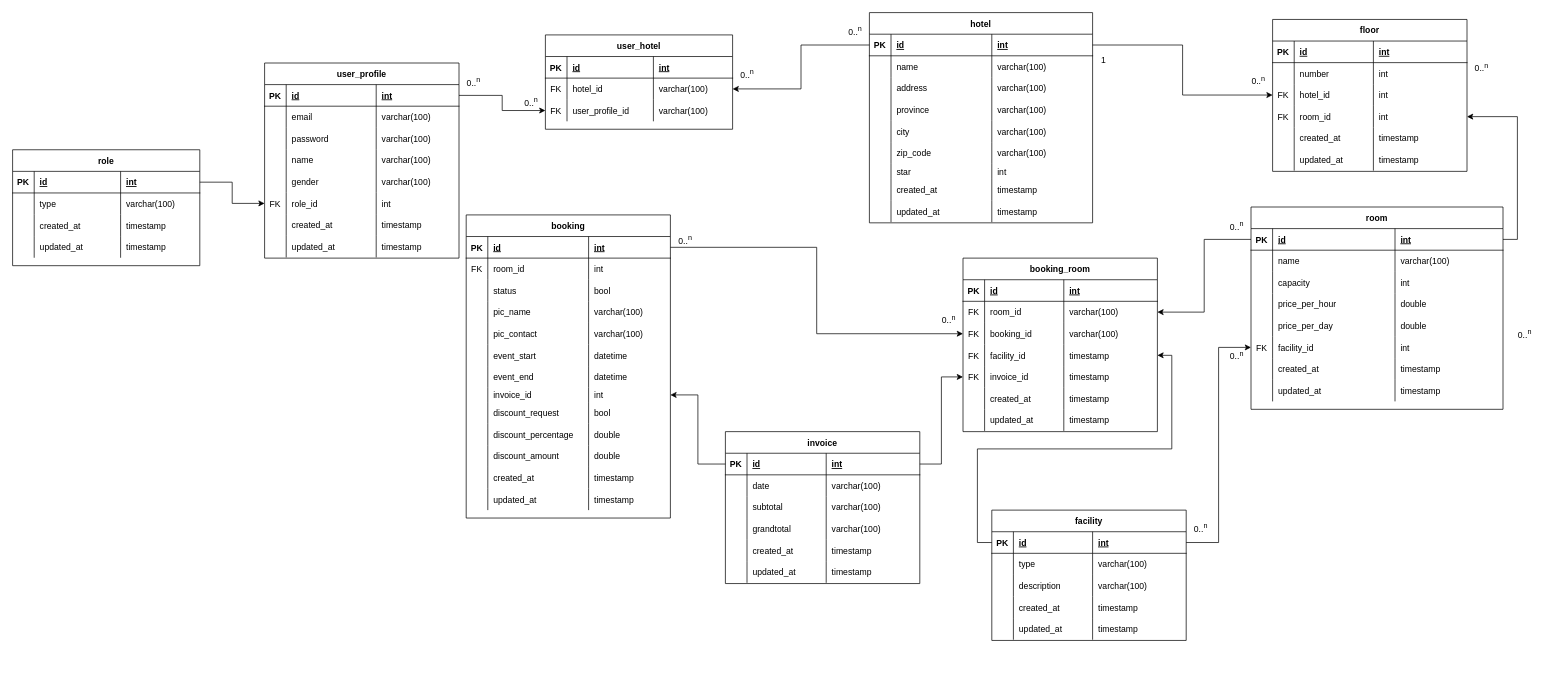
This is page "Latest ERD" (3 of 5) of entity_relationship_diagram/Booking_hotel.drawio from ariejanuarb/hotel_booking, a draw.io file, before an edit. Source tidied: cells renumbered, new cells numbered last; positions are measured from the earlier drawing's top-left corner, leaving out a move shared by most shapes. Both pictures are drawn from the tidied source at 72%, with x=0, y=0 at pixel (12, 12).
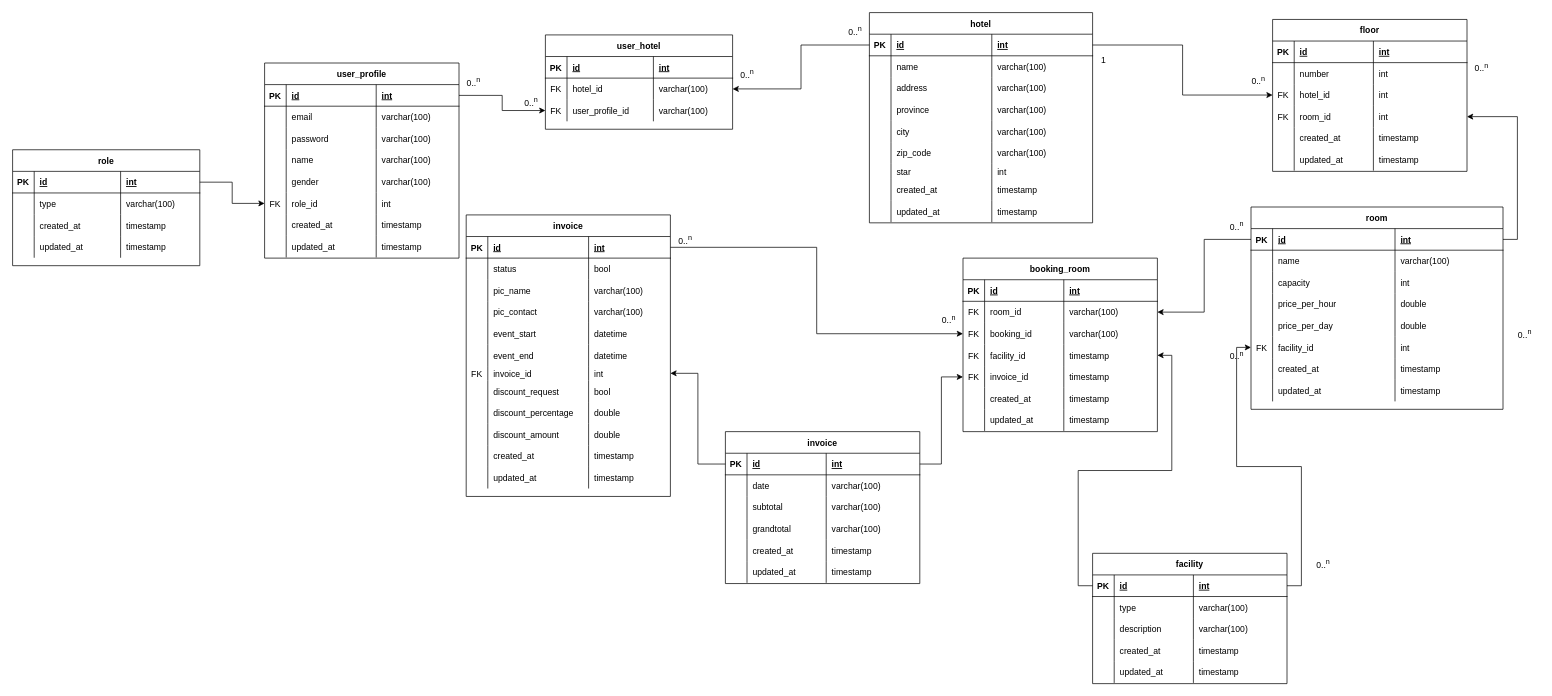
Above is the later version.

What changed in the source:
```diff
@@
-    <mxCell id="133" value="booking" style="shape=table;startSize=30;childLayout=tableLayout;rowLines=0;fontStyle=1;align=center;" parent="1" vertex="1">
-      <mxGeometry x="630" y="281" width="283.6" height="421" as="geometry" />
+    <mxCell id="133" value="invoice" style="shape=table;startSize=30;childLayout=tableLayout;rowLines=0;fontStyle=1;align=center;" parent="1" vertex="1">
+      <mxGeometry x="630" y="281" width="283.6" height="391" as="geometry" />
     </mxCell>
@@
-    <mxCell id="138" style="shape=partialRectangle;fillColor=none;top=0;left=0;right=0;bottom=0;" parent="133" vertex="1">
-      <mxGeometry y="60" width="283.6" height="30" as="geometry" />
-    </mxCell>
-    <mxCell id="139" value="FK" style="shape=partialRectangle;overflow=hidden;fillColor=none;top=0;left=0;bottom=0;right=0;" parent="138" vertex="1">
-      <mxGeometry width="30" height="30" as="geometry" />
-    </mxCell>
-    <mxCell id="140" value="room_id" style="shape=partialRectangle;overflow=hidden;fillColor=none;top=0;left=0;bottom=0;right=0;align=left;spacingLeft=6;" parent="138" vertex="1">
-      <mxGeometry x="30" width="140" height="30" as="geometry" />
-    </mxCell>
-    <mxCell id="141" value="int" style="shape=partialRectangle;overflow=hidden;fillColor=none;top=0;left=0;bottom=0;right=0;align=left;spacingLeft=6;" parent="138" vertex="1">
-      <mxGeometry x="170" width="113.6" height="30" as="geometry" />
-    </mxCell>
     <mxCell id="142" style="shape=partialRectangle;fillColor=none;top=0;left=0;right=0;bottom=0;" parent="133" vertex="1">
-      <mxGeometry y="90" width="283.6" height="30" as="geometry" />
+      <mxGeometry y="60" width="283.6" height="30" as="geometry" />
     </mxCell>
@@
     <mxCell id="146" style="shape=partialRectangle;fillColor=none;top=0;left=0;right=0;bottom=0;" parent="133" vertex="1">
-      <mxGeometry y="120" width="283.6" height="30" as="geometry" />
+      <mxGeometry y="90" width="283.6" height="30" as="geometry" />
     </mxCell>
@@
     <mxCell id="150" style="shape=partialRectangle;fillColor=none;top=0;left=0;right=0;bottom=0;" parent="133" vertex="1">
-      <mxGeometry y="150" width="283.6" height="30" as="geometry" />
+      <mxGeometry y="120" width="283.6" height="30" as="geometry" />
     </mxCell>
@@
     <mxCell id="154" style="shape=partialRectangle;fillColor=none;top=0;left=0;right=0;bottom=0;" parent="133" vertex="1">
-      <mxGeometry y="180" width="283.6" height="30" as="geometry" />
+      <mxGeometry y="150" width="283.6" height="30" as="geometry" />
     </mxCell>
@@
     <mxCell id="158" style="shape=partialRectangle;fillColor=none;top=0;left=0;right=0;bottom=0;" parent="133" vertex="1">
-      <mxGeometry y="210" width="283.6" height="30" as="geometry" />
+      <mxGeometry y="180" width="283.6" height="30" as="geometry" />
     </mxCell>
@@
     <mxCell id="162" style="shape=partialRectangle;fillColor=none;points=[[0,0.5],[1,0.5]];portConstraint=eastwest;top=0;left=0;right=0;bottom=0;" parent="133" vertex="1">
-      <mxGeometry y="240" width="283.6" height="20" as="geometry" />
+      <mxGeometry y="210" width="283.6" height="20" as="geometry" />
     </mxCell>
-    <mxCell id="163" style="shape=partialRectangle;overflow=hidden;fillColor=none;top=0;left=0;bottom=0;right=0;" parent="162" vertex="1">
+    <mxCell id="163" value="FK" style="shape=partialRectangle;overflow=hidden;fillColor=none;top=0;left=0;bottom=0;right=0;" parent="162" vertex="1">
       <mxGeometry width="30" height="20" as="geometry" />
     </mxCell>
@@
     <mxCell id="166" style="shape=partialRectangle;fillColor=none;top=0;left=0;right=0;bottom=0;" parent="133" vertex="1">
-      <mxGeometry y="260" width="283.6" height="30" as="geometry" />
+      <mxGeometry y="230" width="283.6" height="30" as="geometry" />
     </mxCell>
@@
     <mxCell id="170" style="shape=partialRectangle;fillColor=none;top=0;left=0;right=0;bottom=0;" parent="133" vertex="1">
-      <mxGeometry y="290" width="283.6" height="30" as="geometry" />
+      <mxGeometry y="260" width="283.6" height="30" as="geometry" />
     </mxCell>
@@
     <mxCell id="174" style="shape=partialRectangle;fillColor=none;top=0;left=0;right=0;bottom=0;" parent="133" vertex="1">
-      <mxGeometry y="320" width="283.6" height="30" as="geometry" />
+      <mxGeometry y="290" width="283.6" height="30" as="geometry" />
     </mxCell>
@@
     <mxCell id="178" style="shape=partialRectangle;fillColor=none;top=0;left=0;right=0;bottom=0;" parent="133" vertex="1">
-      <mxGeometry y="350" width="283.6" height="30" as="geometry" />
+      <mxGeometry y="320" width="283.6" height="30" as="geometry" />
     </mxCell>
@@
     <mxCell id="182" style="shape=partialRectangle;fillColor=none;top=0;left=0;right=0;bottom=0;" parent="133" vertex="1">
-      <mxGeometry y="380" width="283.6" height="30" as="geometry" />
+      <mxGeometry y="350" width="283.6" height="30" as="geometry" />
     </mxCell>
@@
     <mxCell id="187" value="facility" style="shape=table;startSize=30;childLayout=tableLayout;rowLines=0;fontStyle=1;align=center;" parent="1" vertex="1">
-      <mxGeometry x="1360" y="691" width="270" height="181" as="geometry" />
+      <mxGeometry x="1500" y="751" width="270" height="181" as="geometry" />
     </mxCell>
@@
     <mxCell id="209" value="0..&lt;sup&gt;n&lt;/sup&gt;" style="text;html=1;align=center;verticalAlign=middle;strokeColor=none;fillColor=none;" parent="1" vertex="1">
-      <mxGeometry x="1630" y="701" width="40" height="30" as="geometry" />
+      <mxGeometry x="1800" y="751" width="40" height="30" as="geometry" />
     </mxCell>
```
